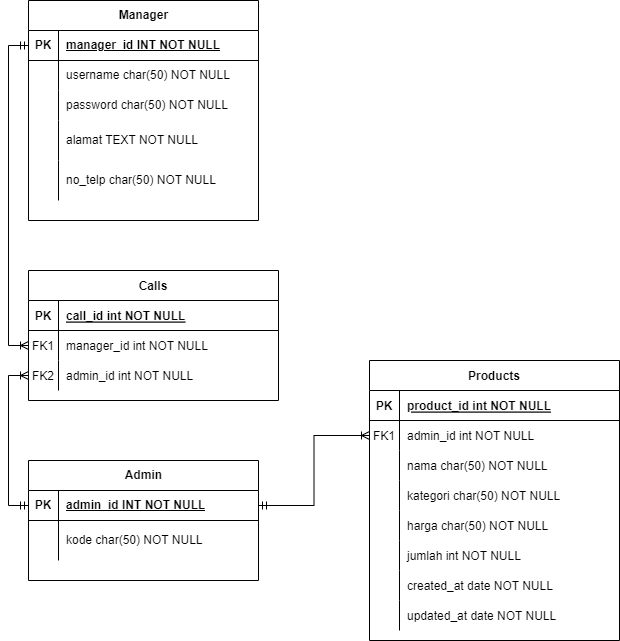
The draw.io diagram Skema Relasi.drawio.png in Raygama/tes, before a commit. Source tidied: cells renumbered, new cells last; positions are measured from the earlier drawing's top-left corner, leaving out a move shared by most shapes.
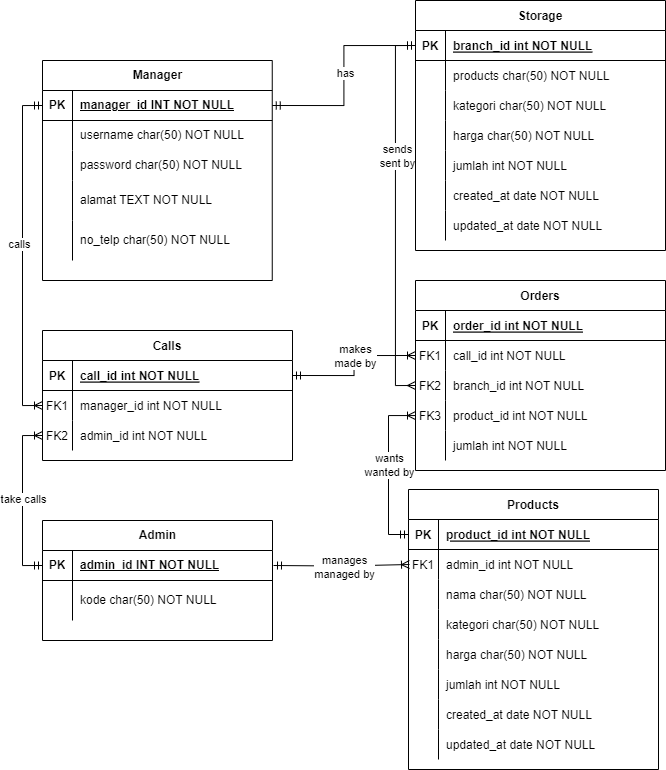
Later version of the same file.

Diff of the diagram source:
```diff
@@ -3,7 +3,7 @@
     <mxCell id="0" />
     <mxCell id="1" parent="0" />
     <mxCell id="2" value="Products" style="shape=table;startSize=30;rowLines=0;fontStyle=1;align=center;" parent="1" vertex="1">
-      <mxGeometry x="341" y="360" width="250" height="280" as="geometry" />
+      <mxGeometry x="366" y="429" width="250" height="280" as="geometry" />
     </mxCell>
     <mxCell id="3" style="shape=partialRectangle;fillColor=none;points=[[0,0.5],[1,0.5]];portConstraint=eastwest;top=0;left=0;right=0;bottom=1;" parent="2" vertex="1">
       <mxGeometry y="30" width="250" height="30" as="geometry" />
@@ -78,52 +78,52 @@
       <mxGeometry x="30" width="220" height="30" as="geometry" />
     </mxCell>
     <mxCell id="27" value="Manager" style="shape=table;startSize=30;rowLines=0;fontStyle=1;align=center;html=1;" parent="1" vertex="1">
-      <mxGeometry width="230" height="220" as="geometry" />
+      <mxGeometry width="229.8" height="220" as="geometry" />
     </mxCell>
     <mxCell id="28" style="shape=tableRow;horizontal=0;startSize=0;swimlaneHead=0;swimlaneBody=0;fillColor=none;points=[[0,0.5],[1,0.5]];portConstraint=eastwest;top=0;left=0;right=0;bottom=1;" parent="27" vertex="1">
-      <mxGeometry y="30" width="230" height="30" as="geometry" />
+      <mxGeometry y="30" width="229.8" height="30" as="geometry" />
     </mxCell>
     <mxCell id="29" value="PK" style="shape=partialRectangle;fillColor=none;top=0;left=0;bottom=0;right=0;fontStyle=1;overflow=hidden;whiteSpace=wrap;html=1;" parent="28" vertex="1">
       <mxGeometry width="30" height="30" as="geometry" />
     </mxCell>
     <mxCell id="30" value="manager_id INT NOT NULL" style="shape=partialRectangle;fillColor=none;top=0;left=0;bottom=0;right=0;align=left;spacingLeft=6;fontStyle=5;overflow=hidden;whiteSpace=wrap;html=1;" parent="28" vertex="1">
-      <mxGeometry x="30" width="200" height="30" as="geometry" />
+      <mxGeometry x="30" width="199.8" height="30" as="geometry" />
     </mxCell>
     <mxCell id="31" style="shape=tableRow;horizontal=0;startSize=0;swimlaneHead=0;swimlaneBody=0;fillColor=none;top=0;left=0;right=0;bottom=0;" parent="27" vertex="1">
-      <mxGeometry y="60" width="230" height="30" as="geometry" />
+      <mxGeometry y="60" width="229.8" height="30" as="geometry" />
     </mxCell>
     <mxCell id="32" style="shape=partialRectangle;fillColor=none;top=0;left=0;bottom=0;right=0;overflow=hidden;whiteSpace=wrap;html=1;" parent="31" vertex="1">
       <mxGeometry width="30" height="30" as="geometry" />
     </mxCell>
     <mxCell id="33" value="username char(50) NOT NULL" style="shape=partialRectangle;fillColor=none;top=0;left=0;bottom=0;right=0;align=left;spacingLeft=6;overflow=hidden;whiteSpace=wrap;html=1;" parent="31" vertex="1">
-      <mxGeometry x="30" width="200" height="30" as="geometry" />
+      <mxGeometry x="30" width="199.8" height="30" as="geometry" />
     </mxCell>
     <mxCell id="34" style="shape=tableRow;horizontal=0;startSize=0;swimlaneHead=0;swimlaneBody=0;fillColor=none;top=0;left=0;right=0;bottom=0;" parent="27" vertex="1">
-      <mxGeometry y="90" width="230" height="30" as="geometry" />
+      <mxGeometry y="90" width="229.8" height="30" as="geometry" />
     </mxCell>
     <mxCell id="35" style="shape=partialRectangle;fillColor=none;top=0;left=0;bottom=0;right=0;overflow=hidden;whiteSpace=wrap;html=1;" parent="34" vertex="1">
       <mxGeometry width="30" height="30" as="geometry" />
     </mxCell>
     <mxCell id="36" value="password char(50) NOT NULL" style="shape=partialRectangle;fillColor=none;top=0;left=0;bottom=0;right=0;align=left;spacingLeft=6;overflow=hidden;whiteSpace=wrap;html=1;" parent="34" vertex="1">
-      <mxGeometry x="30" width="200" height="30" as="geometry" />
+      <mxGeometry x="30" width="199.8" height="30" as="geometry" />
     </mxCell>
     <mxCell id="37" style="shape=tableRow;horizontal=0;startSize=0;swimlaneHead=0;swimlaneBody=0;fillColor=none;top=0;left=0;right=0;bottom=0;" parent="27" vertex="1">
-      <mxGeometry y="120" width="230" height="40" as="geometry" />
+      <mxGeometry y="120" width="229.8" height="40" as="geometry" />
     </mxCell>
     <mxCell id="38" style="shape=partialRectangle;fillColor=none;top=0;left=0;bottom=0;right=0;overflow=hidden;whiteSpace=wrap;html=1;" parent="37" vertex="1">
       <mxGeometry width="30" height="40" as="geometry" />
     </mxCell>
     <mxCell id="39" value="alamat TEXT NOT NULL" style="shape=partialRectangle;fillColor=none;top=0;left=0;bottom=0;right=0;align=left;spacingLeft=6;overflow=hidden;whiteSpace=wrap;html=1;" parent="37" vertex="1">
-      <mxGeometry x="30" width="200" height="40" as="geometry" />
+      <mxGeometry x="30" width="199.8" height="40" as="geometry" />
     </mxCell>
     <mxCell id="40" style="shape=tableRow;horizontal=0;startSize=0;swimlaneHead=0;swimlaneBody=0;fillColor=none;top=0;left=0;right=0;bottom=0;" parent="27" vertex="1">
-      <mxGeometry y="160" width="230" height="40" as="geometry" />
+      <mxGeometry y="160" width="229.8" height="40" as="geometry" />
     </mxCell>
     <mxCell id="41" style="shape=partialRectangle;fillColor=none;top=0;left=0;bottom=0;right=0;overflow=hidden;whiteSpace=wrap;html=1;" parent="40" vertex="1">
       <mxGeometry width="30" height="40" as="geometry" />
     </mxCell>
     <mxCell id="42" value="no_telp char(50) NOT NULL" style="shape=partialRectangle;fillColor=none;top=0;left=0;bottom=0;right=0;align=left;spacingLeft=6;overflow=hidden;whiteSpace=wrap;html=1;" parent="40" vertex="1">
-      <mxGeometry x="30" width="200" height="40" as="geometry" />
+      <mxGeometry x="30" width="199.8" height="40" as="geometry" />
     </mxCell>
     <mxCell id="43" value="Calls" style="shape=table;startSize=30;rowLines=0;fontStyle=1;align=center;" parent="1" vertex="1">
       <mxGeometry y="270" width="250" height="130" as="geometry" />
@@ -179,11 +179,163 @@
     <mxCell id="60" style="edgeStyle=orthogonalEdgeStyle;rounded=0;jettySize=auto;html=1;exitX=0;exitY=0.5;exitDx=0;exitDy=0;startArrow=ERmandOne;startFill=0;entryX=0;entryY=0.5;entryDx=0;entryDy=0;endArrow=ERoneToMany;endFill=0;" parent="1" edge="1" source="28" target="47">
       <mxGeometry relative="1" as="geometry" />
     </mxCell>
+    <mxCell id="63" value="calls&lt;br&gt;" style="edgeLabel;html=1;align=center;verticalAlign=middle;" parent="60" vertex="1">
+      <mxGeometry x="-0.06" y="-4" relative="1" as="geometry" />
+    </mxCell>
     <mxCell id="61" style="edgeStyle=orthogonalEdgeStyle;rounded=0;jettySize=auto;html=1;exitX=0;exitY=0.5;exitDx=0;exitDy=0;entryX=0;entryY=0.5;entryDx=0;entryDy=0;startArrow=ERoneToMany;startFill=0;endArrow=ERmandOne;endFill=0;" parent="1" edge="1" source="50" target="54">
       <mxGeometry relative="1" as="geometry" />
     </mxCell>
+    <mxCell id="64" value="take calls" style="edgeLabel;html=1;align=center;verticalAlign=middle;" parent="61" vertex="1">
+      <mxGeometry x="-0.02" relative="1" as="geometry" />
+    </mxCell>
-    <mxCell id="62" style="edgeStyle=orthogonalEdgeStyle;rounded=0;jettySize=auto;html=1;exitX=1;exitY=0.5;exitDx=0;exitDy=0;entryX=0;entryY=0.5;entryDx=0;entryDy=0;startArrow=ERmandOne;startFill=0;endArrow=ERoneToMany;endFill=0;" parent="1" edge="1" source="54" target="6">
-      <mxGeometry relative="1" as="geometry" />
+    <mxCell id="62" style="edgeStyle=orthogonalEdgeStyle;rounded=0;orthogonalLoop=1;jettySize=auto;html=1;exitX=1;exitY=0.5;exitDx=0;exitDy=0;entryX=0;entryY=0.5;entryDx=0;entryDy=0;startArrow=ERmandOne;startFill=0;endArrow=ERoneToMany;endFill=0;" parent="1" edge="1">
+      <mxGeometry relative="1" as="geometry">
+        <mxPoint x="231" y="505" as="sourcePoint" />
+        <mxPoint x="367" y="504" as="targetPoint" />
+      </mxGeometry>
     </mxCell>
+    <mxCell id="65" value="manages&lt;br&gt;managed by" style="edgeLabel;html=1;align=center;verticalAlign=middle;" parent="62" vertex="1">
+      <mxGeometry y="-1" relative="1" as="geometry">
+        <mxPoint x="1" y="1" as="offset" />
+      </mxGeometry>
+    </mxCell>
+    <mxCell id="66" value="Orders" style="shape=table;startSize=30;rowLines=0;fontStyle=1;align=center;" parent="1" vertex="1">
+      <mxGeometry x="373" y="220" width="250" height="190" as="geometry" />
+    </mxCell>
+    <mxCell id="67" style="shape=partialRectangle;fillColor=none;top=0;left=0;right=0;bottom=1;" parent="66" vertex="1">
+      <mxGeometry y="30" width="250" height="30" as="geometry" />
+    </mxCell>
+    <mxCell id="68" value="PK" style="shape=partialRectangle;overflow=hidden;fillColor=none;top=0;left=0;bottom=0;right=0;fontStyle=1;" parent="67" vertex="1">
+      <mxGeometry width="30" height="30" as="geometry" />
+    </mxCell>
+    <mxCell id="69" value="order_id int NOT NULL " style="shape=partialRectangle;overflow=hidden;fillColor=none;top=0;left=0;bottom=0;right=0;align=left;spacingLeft=6;fontStyle=5;" parent="67" vertex="1">
+      <mxGeometry x="30" width="220" height="30" as="geometry" />
+    </mxCell>
+    <mxCell id="70" style="shape=partialRectangle;fillColor=none;points=[[0,0.5],[1,0.5]];portConstraint=eastwest;top=0;left=0;right=0;bottom=0;" parent="66" vertex="1">
+      <mxGeometry y="60" width="250" height="30" as="geometry" />
+    </mxCell>
+    <mxCell id="71" value="FK1" style="shape=partialRectangle;overflow=hidden;fillColor=none;top=0;left=0;bottom=0;right=0;" parent="70" vertex="1">
+      <mxGeometry width="30" height="30" as="geometry" />
+    </mxCell>
+    <mxCell id="72" value="call_id int NOT NULL" style="shape=partialRectangle;overflow=hidden;fillColor=none;top=0;left=0;bottom=0;right=0;align=left;spacingLeft=6;" parent="70" vertex="1">
+      <mxGeometry x="30" width="220" height="30" as="geometry" />
+    </mxCell>
+    <mxCell id="73" style="shape=partialRectangle;fillColor=none;points=[[0,0.5],[1,0.5]];portConstraint=eastwest;top=0;left=0;right=0;bottom=0;" parent="66" vertex="1">
+      <mxGeometry y="90" width="250" height="30" as="geometry" />
+    </mxCell>
+    <mxCell id="74" value="FK2" style="shape=partialRectangle;overflow=hidden;fillColor=none;top=0;left=0;bottom=0;right=0;" parent="73" vertex="1">
+      <mxGeometry width="30" height="30" as="geometry" />
+    </mxCell>
+    <mxCell id="75" value="branch_id int NOT NULL" style="shape=partialRectangle;overflow=hidden;fillColor=none;top=0;left=0;bottom=0;right=0;align=left;spacingLeft=6;" parent="73" vertex="1">
+      <mxGeometry x="30" width="220" height="30" as="geometry" />
+    </mxCell>
+    <mxCell id="76" style="shape=partialRectangle;fillColor=none;points=[[0,0.5],[1,0.5]];portConstraint=eastwest;top=0;left=0;right=0;bottom=0;" parent="66" vertex="1">
+      <mxGeometry y="120" width="250" height="30" as="geometry" />
+    </mxCell>
+    <mxCell id="77" value="FK3" style="shape=partialRectangle;overflow=hidden;fillColor=none;top=0;left=0;bottom=0;right=0;" parent="76" vertex="1">
+      <mxGeometry width="30" height="30" as="geometry" />
+    </mxCell>
+    <mxCell id="78" value="product_id int NOT NULL" style="shape=partialRectangle;overflow=hidden;fillColor=none;top=0;left=0;bottom=0;right=0;align=left;spacingLeft=6;" parent="76" vertex="1">
+      <mxGeometry x="30" width="220" height="30" as="geometry" />
+    </mxCell>
+    <mxCell id="79" style="shape=partialRectangle;fillColor=none;top=0;left=0;right=0;bottom=0;" parent="66" vertex="1">
+      <mxGeometry y="150" width="250" height="30" as="geometry" />
+    </mxCell>
+    <mxCell id="80" style="shape=partialRectangle;overflow=hidden;fillColor=none;top=0;left=0;bottom=0;right=0;" parent="79" vertex="1">
+      <mxGeometry width="30" height="30" as="geometry" />
+    </mxCell>
+    <mxCell id="81" value="jumlah int NOT NULL" style="shape=partialRectangle;overflow=hidden;fillColor=none;top=0;left=0;bottom=0;right=0;align=left;spacingLeft=6;" parent="79" vertex="1">
+      <mxGeometry x="30" width="220" height="30" as="geometry" />
+    </mxCell>
+    <mxCell id="82" value="Storage" style="shape=table;startSize=30;rowLines=0;fontStyle=1;align=center;" parent="1" vertex="1">
+      <mxGeometry x="373" y="-60" width="250" height="250" as="geometry" />
+    </mxCell>
+    <mxCell id="83" style="shape=partialRectangle;fillColor=none;points=[[0,0.5],[1,0.5]];portConstraint=eastwest;top=0;left=0;right=0;bottom=1;" parent="82" vertex="1">
+      <mxGeometry y="30" width="250" height="30" as="geometry" />
+    </mxCell>
+    <mxCell id="84" value="PK" style="shape=partialRectangle;overflow=hidden;fillColor=none;top=0;left=0;bottom=0;right=0;fontStyle=1;" parent="83" vertex="1">
+      <mxGeometry width="30" height="30" as="geometry" />
+    </mxCell>
+    <mxCell id="85" value="branch_id int NOT NULL " style="shape=partialRectangle;overflow=hidden;fillColor=none;top=0;left=0;bottom=0;right=0;align=left;spacingLeft=6;fontStyle=5;" parent="83" vertex="1">
+      <mxGeometry x="30" width="220" height="30" as="geometry" />
+    </mxCell>
+    <mxCell id="86" style="shape=partialRectangle;fillColor=none;top=0;left=0;right=0;bottom=0;" parent="82" vertex="1">
+      <mxGeometry y="60" width="250" height="30" as="geometry" />
+    </mxCell>
+    <mxCell id="87" style="shape=partialRectangle;overflow=hidden;fillColor=none;top=0;left=0;bottom=0;right=0;" parent="86" vertex="1">
+      <mxGeometry width="30" height="30" as="geometry" />
+    </mxCell>
+    <mxCell id="88" value="products char(50) NOT NULL" style="shape=partialRectangle;overflow=hidden;fillColor=none;top=0;left=0;bottom=0;right=0;align=left;spacingLeft=6;" parent="86" vertex="1">
+      <mxGeometry x="30" width="220" height="30" as="geometry" />
+    </mxCell>
+    <mxCell id="89" style="shape=partialRectangle;fillColor=none;top=0;left=0;right=0;bottom=0;" parent="82" vertex="1">
+      <mxGeometry y="90" width="250" height="30" as="geometry" />
+    </mxCell>
+    <mxCell id="90" style="shape=partialRectangle;overflow=hidden;fillColor=none;top=0;left=0;bottom=0;right=0;" parent="89" vertex="1">
+      <mxGeometry width="30" height="30" as="geometry" />
+    </mxCell>
+    <mxCell id="91" value="kategori char(50) NOT NULL" style="shape=partialRectangle;overflow=hidden;fillColor=none;top=0;left=0;bottom=0;right=0;align=left;spacingLeft=6;" parent="89" vertex="1">
+      <mxGeometry x="30" width="220" height="30" as="geometry" />
+    </mxCell>
+    <mxCell id="92" style="shape=partialRectangle;fillColor=none;top=0;left=0;right=0;bottom=0;" parent="82" vertex="1">
+      <mxGeometry y="120" width="250" height="30" as="geometry" />
+    </mxCell>
+    <mxCell id="93" style="shape=partialRectangle;overflow=hidden;fillColor=none;top=0;left=0;bottom=0;right=0;" parent="92" vertex="1">
+      <mxGeometry width="30" height="30" as="geometry" />
+    </mxCell>
+    <mxCell id="94" value="harga char(50) NOT NULL" style="shape=partialRectangle;overflow=hidden;fillColor=none;top=0;left=0;bottom=0;right=0;align=left;spacingLeft=6;" parent="92" vertex="1">
+      <mxGeometry x="30" width="220" height="30" as="geometry" />
+    </mxCell>
+    <mxCell id="95" style="shape=partialRectangle;fillColor=none;top=0;left=0;right=0;bottom=0;" parent="82" vertex="1">
+      <mxGeometry y="150" width="250" height="30" as="geometry" />
+    </mxCell>
+    <mxCell id="96" style="shape=partialRectangle;overflow=hidden;fillColor=none;top=0;left=0;bottom=0;right=0;" parent="95" vertex="1">
+      <mxGeometry width="30" height="30" as="geometry" />
+    </mxCell>
+    <mxCell id="97" value="jumlah int NOT NULL" style="shape=partialRectangle;overflow=hidden;fillColor=none;top=0;left=0;bottom=0;right=0;align=left;spacingLeft=6;" parent="95" vertex="1">
+      <mxGeometry x="30" width="220" height="30" as="geometry" />
+    </mxCell>
+    <mxCell id="98" style="shape=partialRectangle;fillColor=none;top=0;left=0;right=0;bottom=0;" parent="82" vertex="1">
+      <mxGeometry y="180" width="250" height="30" as="geometry" />
+    </mxCell>
+    <mxCell id="99" style="shape=partialRectangle;overflow=hidden;fillColor=none;top=0;left=0;bottom=0;right=0;" parent="98" vertex="1">
+      <mxGeometry width="30" height="30" as="geometry" />
+    </mxCell>
+    <mxCell id="100" value="created_at date NOT NULL" style="shape=partialRectangle;overflow=hidden;fillColor=none;top=0;left=0;bottom=0;right=0;align=left;spacingLeft=6;" parent="98" vertex="1">
+      <mxGeometry x="30" width="220" height="30" as="geometry" />
+    </mxCell>
+    <mxCell id="101" style="shape=partialRectangle;fillColor=none;top=0;left=0;right=0;bottom=0;" parent="82" vertex="1">
+      <mxGeometry y="210" width="250" height="30" as="geometry" />
+    </mxCell>
+    <mxCell id="102" style="shape=partialRectangle;overflow=hidden;fillColor=none;top=0;left=0;bottom=0;right=0;" parent="101" vertex="1">
+      <mxGeometry width="30" height="30" as="geometry" />
+    </mxCell>
+    <mxCell id="103" value="updated_at date NOT NULL" style="shape=partialRectangle;overflow=hidden;fillColor=none;top=0;left=0;bottom=0;right=0;align=left;spacingLeft=6;" parent="101" vertex="1">
+      <mxGeometry x="30" width="220" height="30" as="geometry" />
+    </mxCell>
+    <mxCell id="104" style="edgeStyle=orthogonalEdgeStyle;rounded=0;jettySize=auto;html=1;exitX=0;exitY=0.5;exitDx=0;exitDy=0;entryX=1;entryY=0.5;entryDx=0;entryDy=0;startArrow=ERmandOne;startFill=0;endArrow=ERmandOne;endFill=0;" parent="1" edge="1" source="83" target="28">
+      <mxGeometry relative="1" as="geometry" />
+    </mxCell>
+    <mxCell id="105" value="has" style="edgeLabel;html=1;align=center;verticalAlign=middle;" parent="104" vertex="1">
+      <mxGeometry x="-0.03" y="1" relative="1" as="geometry" />
+    </mxCell>
+    <mxCell id="106" style="edgeStyle=orthogonalEdgeStyle;rounded=0;jettySize=auto;html=1;exitX=1;exitY=0.5;exitDx=0;exitDy=0;entryX=0;entryY=0.5;entryDx=0;entryDy=0;startArrow=ERmandOne;startFill=0;endArrow=ERoneToMany;endFill=0;" parent="1" edge="1" source="44" target="70">
+      <mxGeometry relative="1" as="geometry" />
+    </mxCell>
+    <mxCell id="107" value="makes&lt;br&gt;made by" style="edgeLabel;html=1;align=center;verticalAlign=middle;" parent="106" vertex="1">
+      <mxGeometry x="0.15" relative="1" as="geometry" />
+    </mxCell>
+    <mxCell id="108" style="edgeStyle=orthogonalEdgeStyle;rounded=0;jettySize=auto;html=1;exitX=0;exitY=0.5;exitDx=0;exitDy=0;entryX=0;entryY=0.5;entryDx=0;entryDy=0;startArrow=ERmany;startFill=0;endArrow=ERmandOne;endFill=0;" parent="1" edge="1" source="73" target="83">
+      <mxGeometry relative="1" as="geometry" />
+    </mxCell>
+    <mxCell id="109" value="sends&lt;br&gt;sent by" style="edgeLabel;html=1;align=center;verticalAlign=middle;" parent="108" vertex="1">
+      <mxGeometry x="0.31" y="-1" relative="1" as="geometry" />
+    </mxCell>
+    <mxCell id="110" style="edgeStyle=orthogonalEdgeStyle;rounded=0;jettySize=auto;html=1;exitX=0;exitY=0.5;exitDx=0;exitDy=0;startArrow=ERmandOne;startFill=0;endArrow=ERoneToMany;endFill=0;" parent="1" edge="1" source="3" target="76">
+      <mxGeometry relative="1" as="geometry" />
+    </mxCell>
+    <mxCell id="111" value="wants&lt;br&gt;wanted by" style="edgeLabel;html=1;align=center;verticalAlign=middle;" parent="110" vertex="1">
+      <mxGeometry x="0.08" relative="1" as="geometry" />
+    </mxCell>
   </root>
 </mxGraphModel>
```
